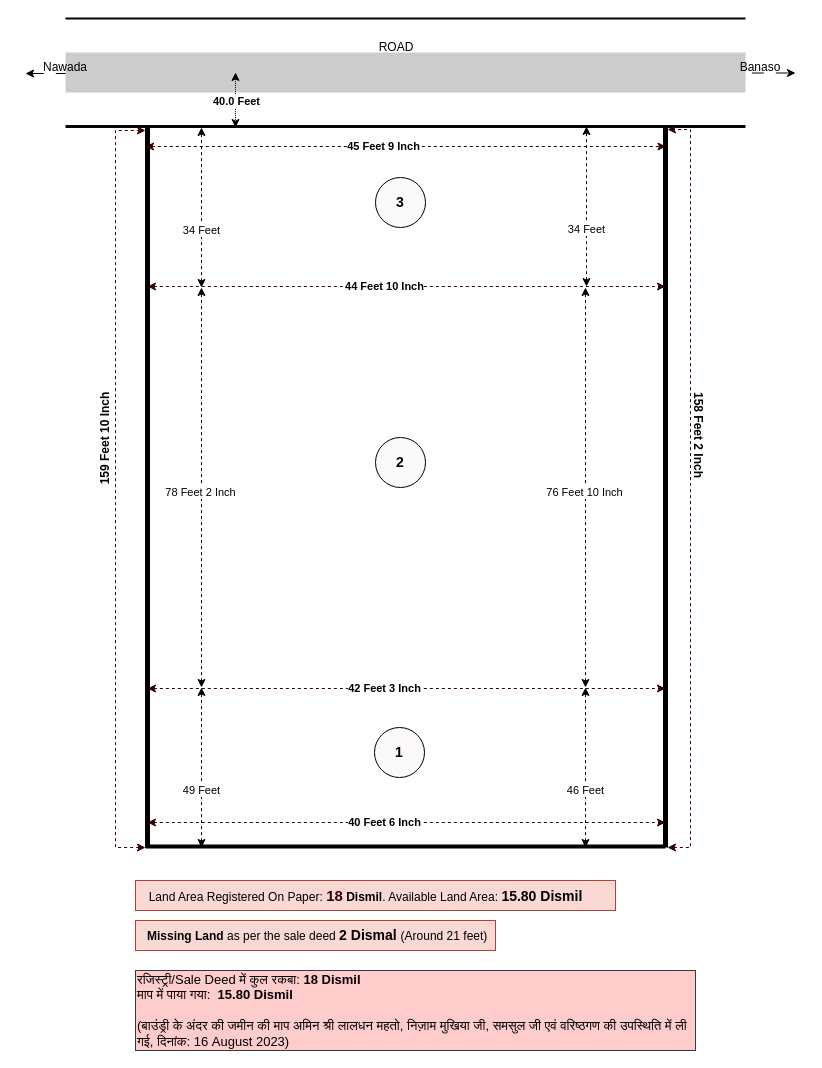
The draw.io diagram drawing/banaso-land/Untitled Diagram.drawio in javabrown/draw.io, before the edit. Source tidied: cells renumbered, new cells numbered last; positions are measured from the earlier drawing's top-left corner, leaving out a move shared by most shapes. Both pictures are drawn from the tidied source at 100%, with x=0, y=0 at pixel (25, 18).
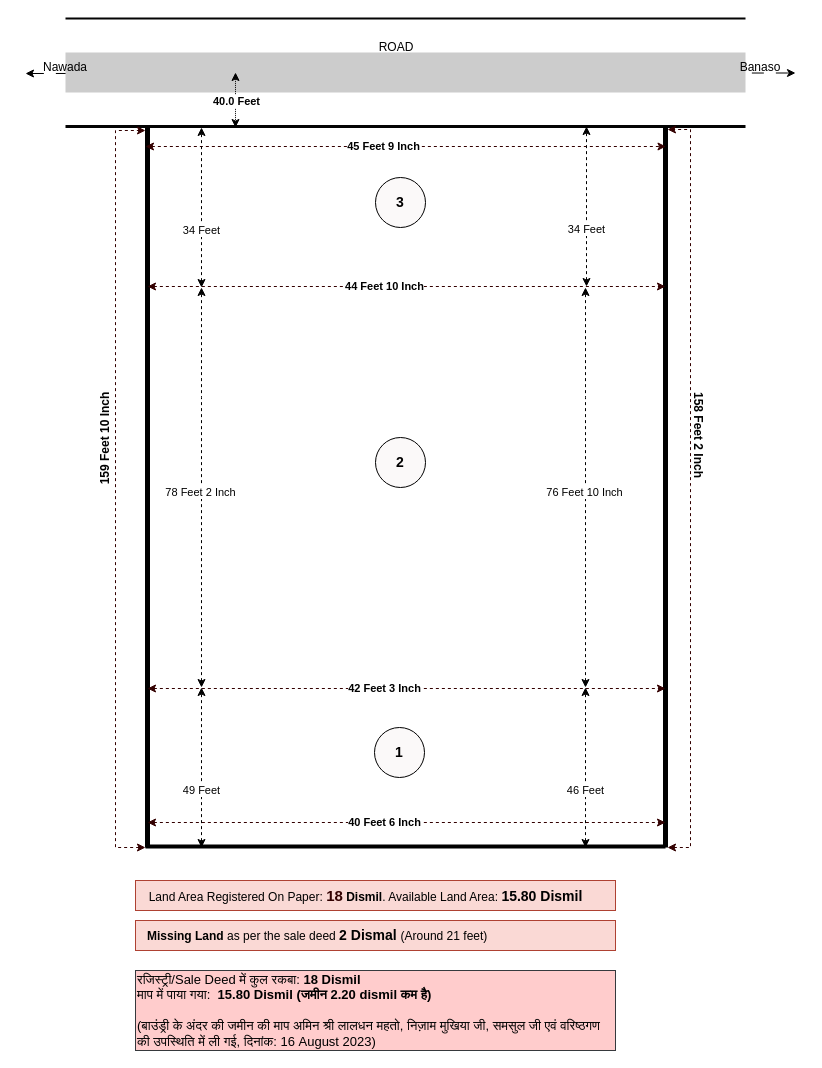
Above is the later version.

The edit, as a diff of the source:
```diff
@@
     <mxCell id="44" value="&amp;nbsp; &amp;nbsp;&lt;b&gt;Missing Land&lt;/b&gt; as per the sale deed &lt;b&gt;&lt;font style=&quot;font-size: 14px;&quot;&gt;2 Dismal &lt;/font&gt;&lt;/b&gt;(Around 21 feet)" style="text;whiteSpace=wrap;html=1;fillColor=#fad9d5;strokeColor=#ae4132;" parent="1" vertex="1">
-      <mxGeometry x="110" y="902" width="360" height="30" as="geometry" />
+      <mxGeometry x="110" y="902" width="480" height="30" as="geometry" />
     </mxCell>
@@
-    <mxCell id="46" value="&lt;div style=&quot;font-size: 13px;&quot;&gt;रजिस्ट्री/Sale Deed में कुल रकबा: &lt;b style=&quot;font-size: 13px;&quot;&gt;18 Dismil&lt;/b&gt;&amp;nbsp; &amp;nbsp; &amp;nbsp; &amp;nbsp;&lt;/div&gt;&lt;div style=&quot;font-size: 13px;&quot;&gt;माप में पाया गया:&amp;nbsp; &lt;b style=&quot;font-size: 13px;&quot;&gt;15.80 Dismil&lt;/b&gt;&lt;/div&gt;&lt;div style=&quot;font-size: 13px;&quot;&gt;&lt;br style=&quot;font-size: 13px;&quot;&gt;&lt;/div&gt;&lt;div style=&quot;font-size: 13px;&quot;&gt;(बाउंड्री के अंदर की जमीन की माप अमिन श्री लालधन महतो, निज़ाम मुखिया जी, समसुल जी एवं वरिष्ठगण की उपस्थिति में ली गई, दिनांक: 16 August 2023)&lt;/div&gt;" style="text;html=1;align=left;verticalAlign=middle;whiteSpace=wrap;rounded=0;strokeColor=#36393d;fillColor=#ffcccc;fontSize=13;" parent="1" vertex="1">
-      <mxGeometry x="110" y="952" width="560" height="80" as="geometry" />
+    <mxCell id="46" value="&lt;span style=&quot;background-color: initial;&quot;&gt;रजिस्ट्री/Sale Deed में कुल रकबा: &lt;/span&gt;&lt;b style=&quot;background-color: initial;&quot;&gt;18 Dismil&lt;/b&gt;&lt;span style=&quot;background-color: initial;&quot;&gt;&amp;nbsp; &amp;nbsp; &amp;nbsp; &amp;nbsp;&lt;/span&gt;&lt;br&gt;&lt;span style=&quot;background-color: initial;&quot;&gt;माप में पाया गया:&amp;nbsp; &lt;/span&gt;&lt;b style=&quot;background-color: initial;&quot;&gt;15.80&amp;nbsp;&lt;/b&gt;&lt;b style=&quot;background-color: initial;&quot;&gt;Dismil&lt;/b&gt;&lt;b style=&quot;background-color: initial;&quot;&gt;&amp;nbsp;(&lt;/b&gt;&lt;b&gt;जमीन 2.20 dismil कम है)&lt;/b&gt;&lt;br&gt;&lt;br&gt;&lt;div style=&quot;font-size: 13px;&quot;&gt;(बाउंड्री के अंदर की जमीन की माप अमिन श्री लालधन महतो, निज़ाम मुखिया जी, समसुल जी एवं वरिष्ठगण की उपस्थिति में ली गई, दिनांक: 16 August 2023)&lt;/div&gt;" style="text;html=1;align=left;verticalAlign=middle;whiteSpace=wrap;rounded=0;strokeColor=#36393d;fillColor=#ffcccc;fontSize=13;" parent="1" vertex="1">
+      <mxGeometry x="110" y="952" width="480" height="80" as="geometry" />
     </mxCell>
```
